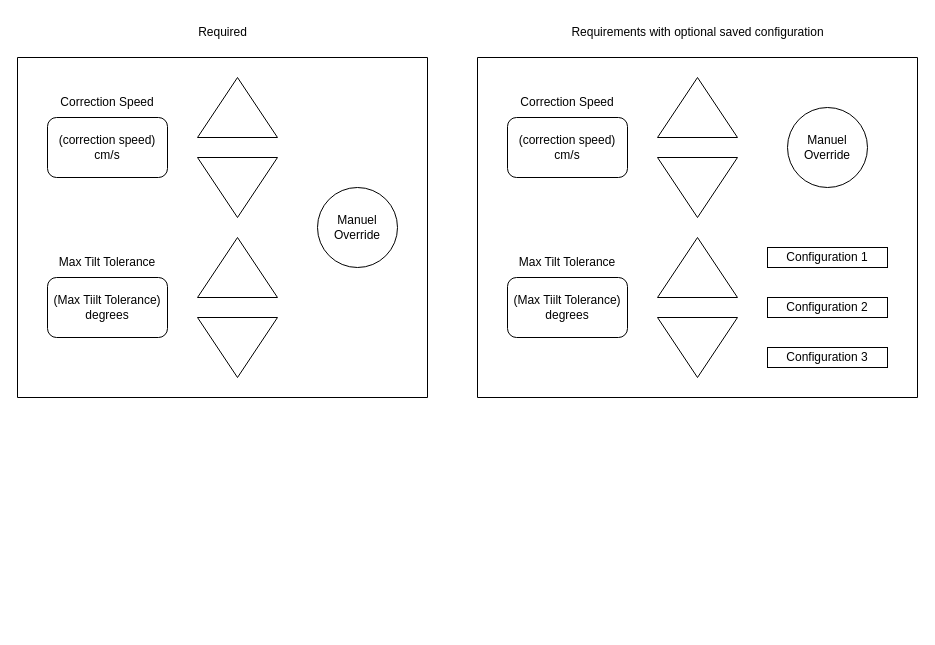
Before: 04_Ontwerpen/UI/UI_Desing.drawio in Voidfaller/DCBS, a draw.io diagram. Source tidied: cells renumbered, new cells numbered last; positions are measured from the earlier drawing's top-left corner, leaving out a move shared by most shapes. Both pictures are drawn from the tidied source at 100%, with x=0, y=0 at pixel (17, 17).
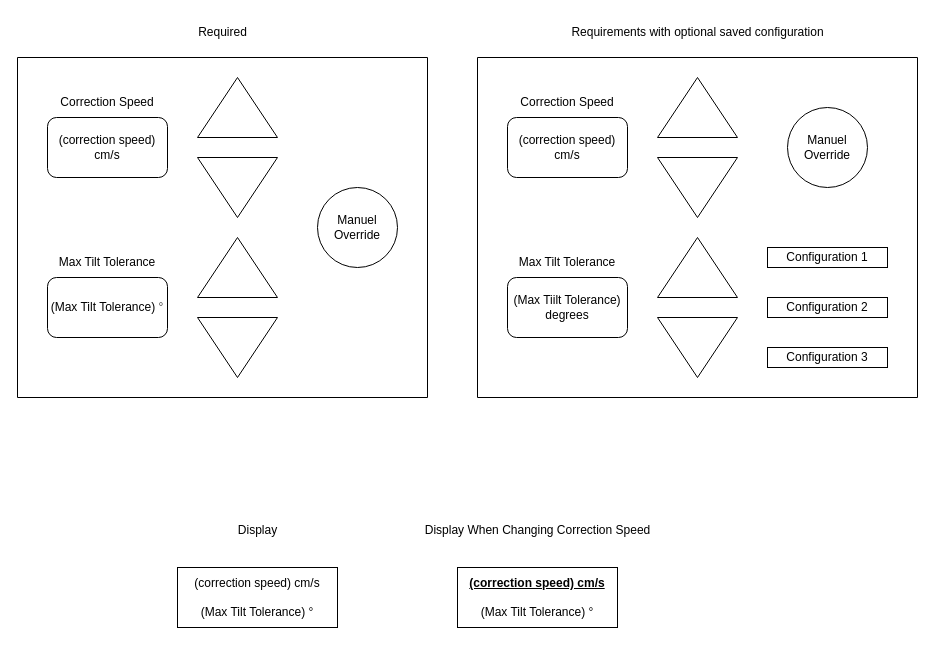
The same page after the edit.

Commit message:
Added Display design

Change to the diagram source:
```diff
@@
-    <mxCell id="6" value="(Max Tiilt Tolerance)&lt;div&gt;degrees&lt;/div&gt;" style="rounded=1;whiteSpace=wrap;html=1;" parent="1" vertex="1">
+    <mxCell id="6" value="(Max Tilt Tolerance)&amp;nbsp;&lt;span style=&quot;color: rgb(63, 63, 63); background-color: transparent;&quot;&gt;°&lt;/span&gt;" style="rounded=1;whiteSpace=wrap;html=1;" parent="1" vertex="1">
       <mxGeometry x="30" y="260" width="120" height="60" as="geometry" />
     </mxCell>
@@
+    <mxCell id="27" value="(correction speed) cm/s&lt;div&gt;&lt;br&gt;&lt;/div&gt;&lt;div&gt;(Max Tilt Tolerance) °&lt;/div&gt;" style="rounded=0;whiteSpace=wrap;html=1;" parent="1" vertex="1">
+      <mxGeometry x="160" y="550" width="160" height="60" as="geometry" />
+    </mxCell>
+    <mxCell id="28" value="Display" style="text;html=1;align=center;verticalAlign=middle;strokeColor=none;fillColor=none;" parent="1" vertex="1">
+      <mxGeometry x="210" y="498" width="60" height="30" as="geometry" />
+    </mxCell>
+    <mxCell id="29" value="&lt;u&gt;&lt;b&gt;(correction speed) cm/s&lt;/b&gt;&lt;/u&gt;&lt;div&gt;&lt;br&gt;&lt;/div&gt;&lt;div&gt;(Max Tilt Tolerance) °&lt;/div&gt;" style="rounded=0;whiteSpace=wrap;html=1;" parent="1" vertex="1">
+      <mxGeometry x="440" y="550" width="160" height="60" as="geometry" />
+    </mxCell>
+    <mxCell id="30" value="Display When Changing Correction Speed" style="text;html=1;align=center;verticalAlign=middle;strokeColor=none;fillColor=none;" parent="1" vertex="1">
+      <mxGeometry x="395" y="498" width="250" height="30" as="geometry" />
+    </mxCell>
```
